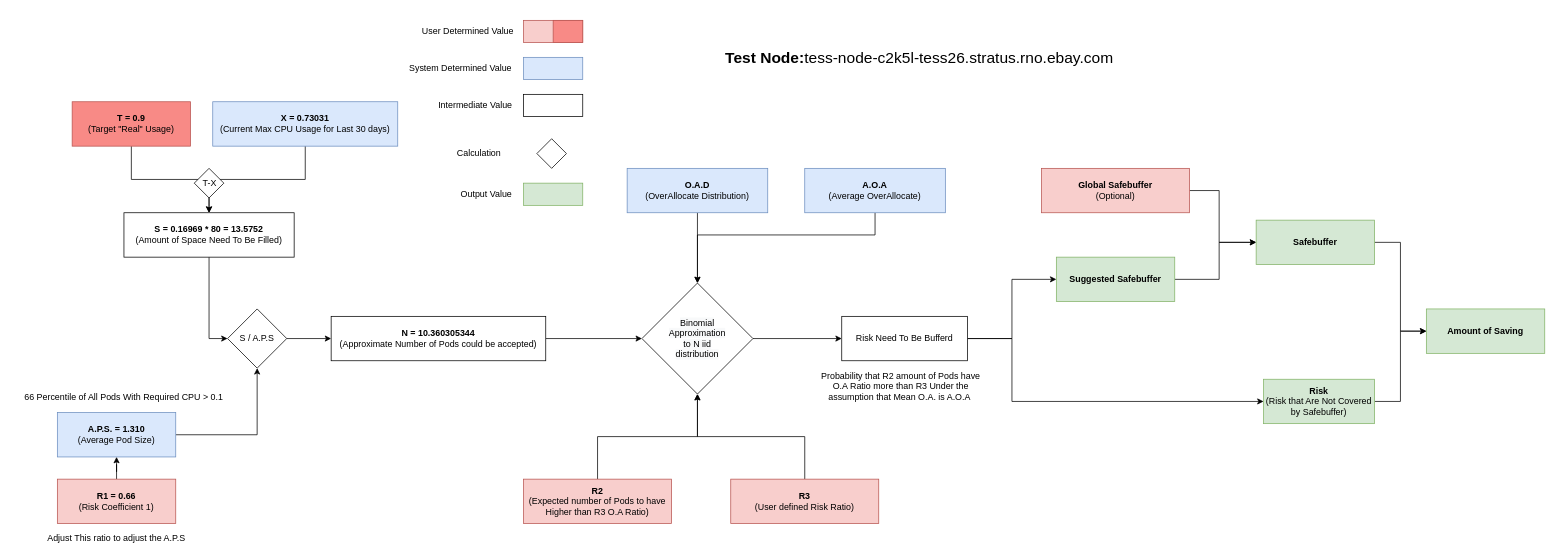
Above: VNA.Verify 1.drawio in PodorCN/WorkTerm2 (draw.io), before the change. Source tidied: cells renumbered, new cells numbered last; positions are measured from the earlier drawing's top-left corner, leaving out a move shared by most shapes. Both pictures are drawn from the tidied source at 74%, with x=0, y=0 at pixel (13, 13).
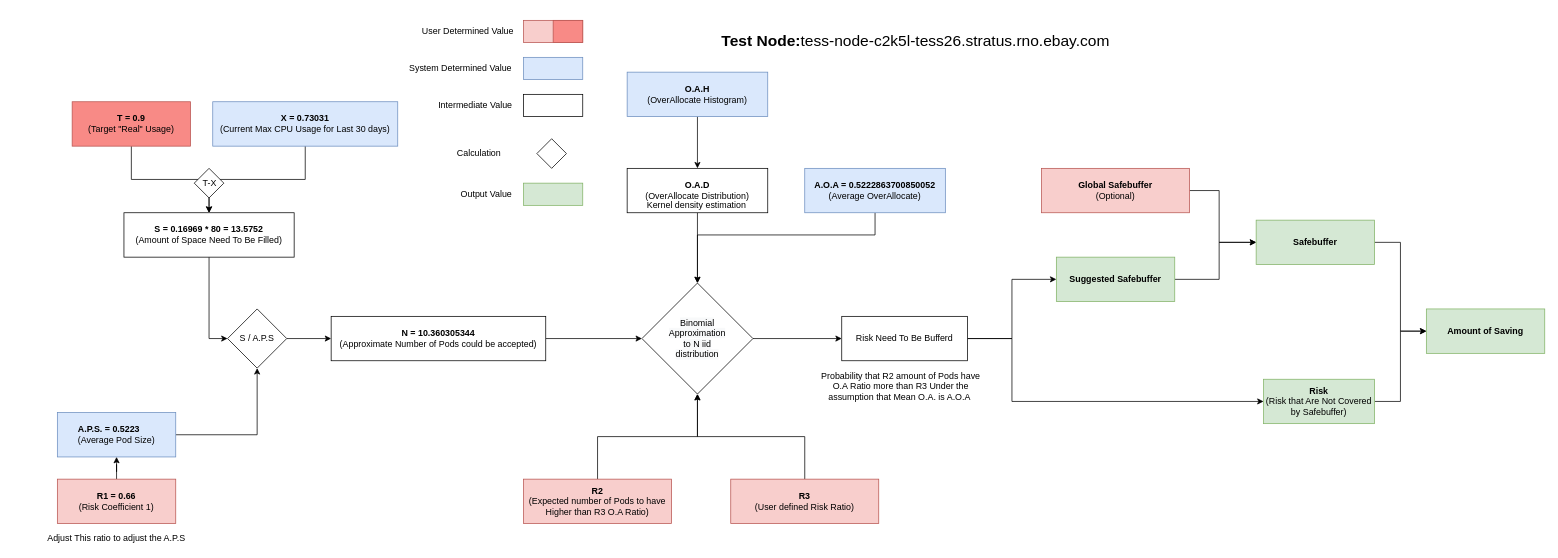
After the change.

Diff of the diagram source:
```diff
@@
-    <mxCell id="18" value="&lt;b&gt;A.P.S. = 1.310&lt;/b&gt;&lt;br&gt;(Average Pod Size)" style="rounded=0;whiteSpace=wrap;html=1;fillColor=#dae8fc;strokeColor=#6c8ebf;" parent="1" vertex="1">
+    <mxCell id="18" value="&lt;div style=&quot;text-align: left&quot;&gt;&lt;b&gt;A.P.S. = 0.5223&lt;/b&gt;&lt;/div&gt;(Average Pod Size)" style="rounded=0;whiteSpace=wrap;html=1;fillColor=#dae8fc;strokeColor=#6c8ebf;" parent="1" vertex="1">
       <mxGeometry x="60" y="540" width="160" height="60" as="geometry" />
     </mxCell>
-    <mxCell id="19" value="66 Percentile of All Pods With Required CPU &amp;gt; 0.1" style="text;html=1;strokeColor=none;fillColor=none;align=center;verticalAlign=middle;whiteSpace=wrap;rounded=0;" parent="1" vertex="1">
-      <mxGeometry y="510" width="300" height="20" as="geometry" />
-    </mxCell>
@@
-    <mxCell id="29" value="&lt;b&gt;O.A.D&lt;/b&gt;&lt;br&gt;(OverAllocate Distribution)" style="rounded=0;whiteSpace=wrap;html=1;fillColor=#dae8fc;strokeColor=#6c8ebf;" parent="1" vertex="1">
+    <mxCell id="29" value="&lt;b&gt;O.A.D&lt;/b&gt;&lt;br&gt;(OverAllocate Distribution)" style="rounded=0;whiteSpace=wrap;html=1;" parent="1" vertex="1">
       <mxGeometry x="830" y="210" width="190" height="60" as="geometry" />
     </mxCell>
@@
-    <mxCell id="34" value="&lt;b&gt;A.O.A&lt;br&gt;&lt;/b&gt;(Average OverAllocate)" style="rounded=0;whiteSpace=wrap;html=1;fillColor=#dae8fc;strokeColor=#6c8ebf;" parent="1" vertex="1">
+    <mxCell id="34" value="&lt;b&gt;A.O.A = 0.5222863700850052&lt;/b&gt;&lt;br&gt;(Average OverAllocate)" style="rounded=0;whiteSpace=wrap;html=1;fillColor=#dae8fc;strokeColor=#6c8ebf;" parent="1" vertex="1">
       <mxGeometry x="1070" y="210" width="190" height="60" as="geometry" />
     </mxCell>
@@
     <mxCell id="55" value="&lt;b style=&quot;font-size: 21px;&quot;&gt;Test Node:&lt;/b&gt;&lt;span style=&quot;background-color: rgb(255, 255, 255); font-size: 21px; text-align: left;&quot;&gt;tess-node-c2k5l-tess26.stratus.rno.ebay.com&lt;/span&gt;" style="text;html=1;strokeColor=none;fillColor=none;align=center;verticalAlign=middle;whiteSpace=wrap;rounded=0;fontSize=21;" parent="1" vertex="1">
-      <mxGeometry x="950" y="50" width="550" height="20" as="geometry" />
+      <mxGeometry x="945" y="27" width="550" height="20" as="geometry" />
     </mxCell>
+    <mxCell id="56" style="edgeStyle=orthogonalEdgeStyle;rounded=0;jettySize=auto;html=1;entryX=0.5;entryY=0;entryDx=0;entryDy=0;fontSize=21;" parent="1" edge="1" source="57" target="29">
+      <mxGeometry relative="1" as="geometry" />
+    </mxCell>
+    <mxCell id="57" value="&lt;b&gt;O.A.H&lt;/b&gt;&lt;br&gt;(OverAllocate Histogram)" style="rounded=0;whiteSpace=wrap;html=1;fillColor=#dae8fc;strokeColor=#6c8ebf;" parent="1" vertex="1">
+      <mxGeometry x="830" y="80" width="190" height="60" as="geometry" />
+    </mxCell>
+    <mxCell id="58" value="Kernel density estimation" style="text;html=1;strokeColor=none;fillColor=none;align=center;verticalAlign=middle;whiteSpace=wrap;rounded=0;fontSize=12;" parent="1" vertex="1">
+      <mxGeometry x="734" y="250" width="380" height="20" as="geometry" />
+    </mxCell>
```
